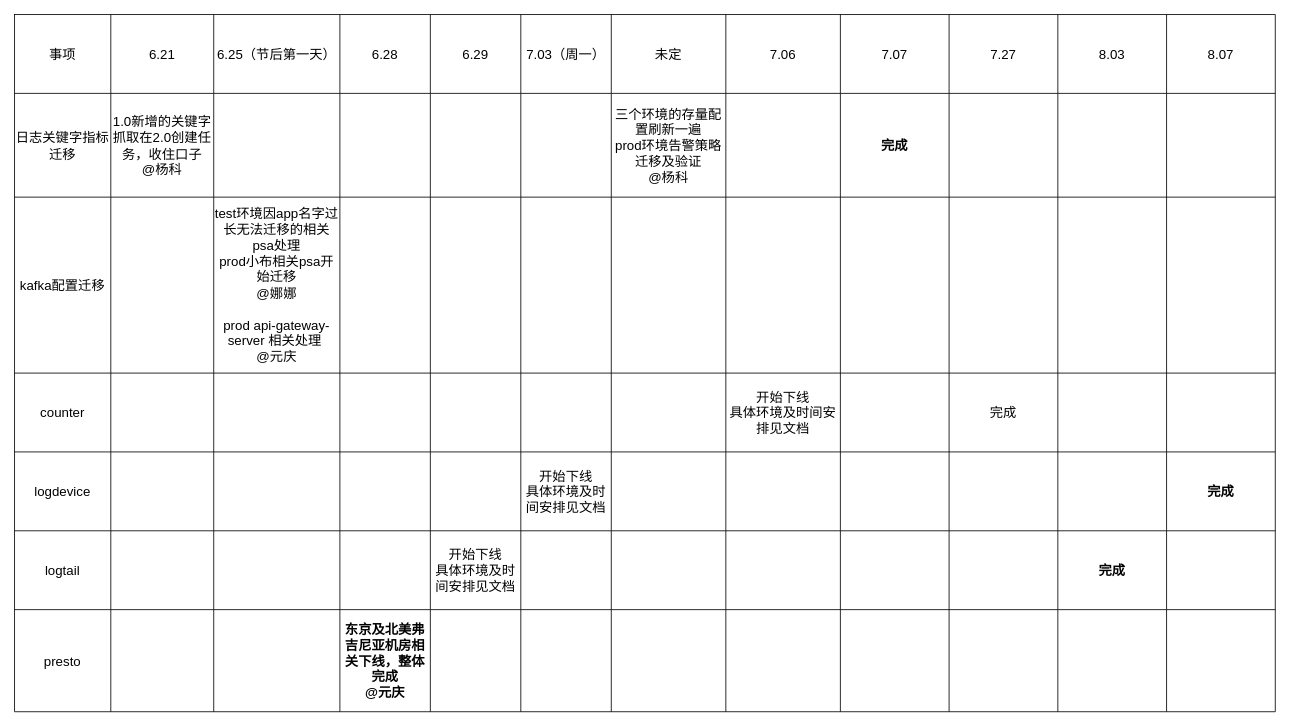
Earlier version of the draw.io diagram 未命名绘图.drawio (jingb/pythonRepo). Source tidied: cells renumbered, new cells numbered last; positions are measured from the earlier drawing's top-left corner, leaving out a move shared by most shapes. Both pictures are drawn from the tidied source at 83%, with x=0, y=0 at pixel (14, 14).
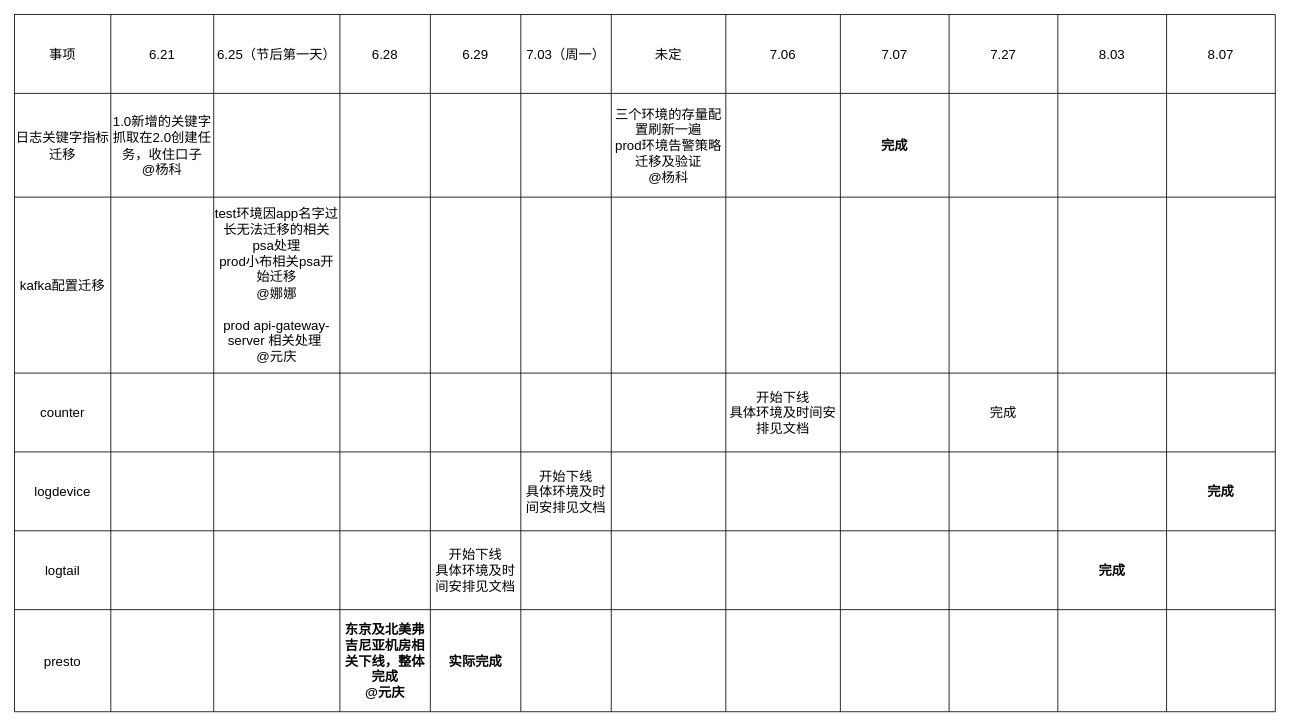
After the change.

Commit message (it also covers changes not shown here):
更新未命名绘图.drawio

The change refers to these unchanged cells:
```xml
<mxCell id="81" style="shape=tableRow;horizontal=0;startSize=0;swimlaneHead=0;swimlaneBody=0;strokeColor=inherit;top=0;left=0;bottom=0;right=0;fillColor=none;fontSize=16;" parent="2" vertex="1">
  <mxGeometry y="717" width="1519" height="123" as="geometry" />
</mxCell>
```

What changed in the source:
```diff
@@
-    <mxCell id="86" style="shape=partialRectangle;html=1;whiteSpace=wrap;strokeColor=inherit;overflow=hidden;fillColor=none;top=0;left=0;bottom=0;right=0;fontSize=16;" parent="81" vertex="1">
+    <mxCell id="86" value="&lt;b&gt;实际完成&lt;/b&gt;" style="shape=partialRectangle;html=1;whiteSpace=wrap;strokeColor=inherit;overflow=hidden;fillColor=none;top=0;left=0;bottom=0;right=0;fontSize=16;" parent="81" vertex="1">
       <mxGeometry x="501" width="109" height="123" as="geometry" />
     </mxCell>
```
